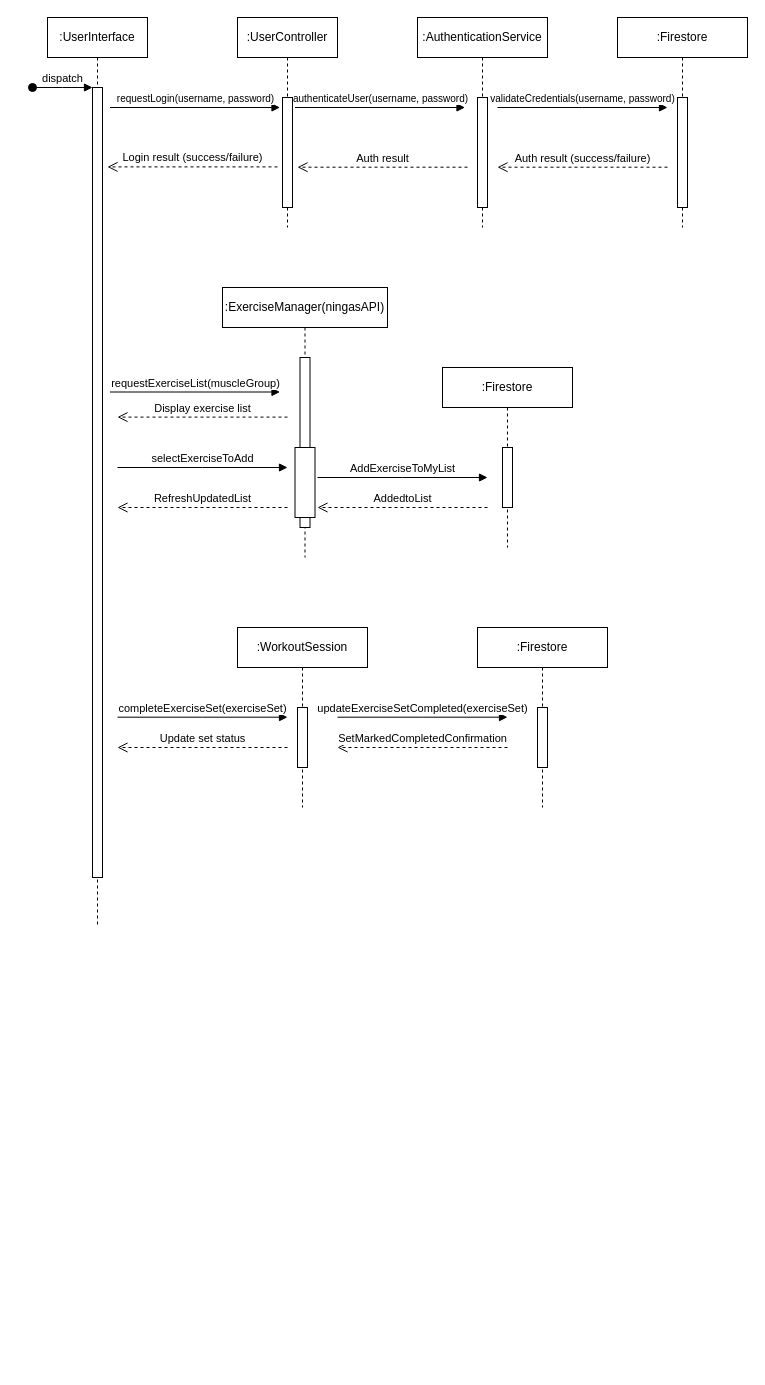
This is public/sequence diagram.drawio from Ebrahim-Ramadan/myfitrainer-app, a draw.io file, before an edit. Source tidied: cells renumbered, new cells numbered last; positions are measured from the earlier drawing's top-left corner, leaving out a move shared by most shapes. Both pictures are drawn from the tidied source at 100%, with x=0, y=0 at pixel (32, 17).
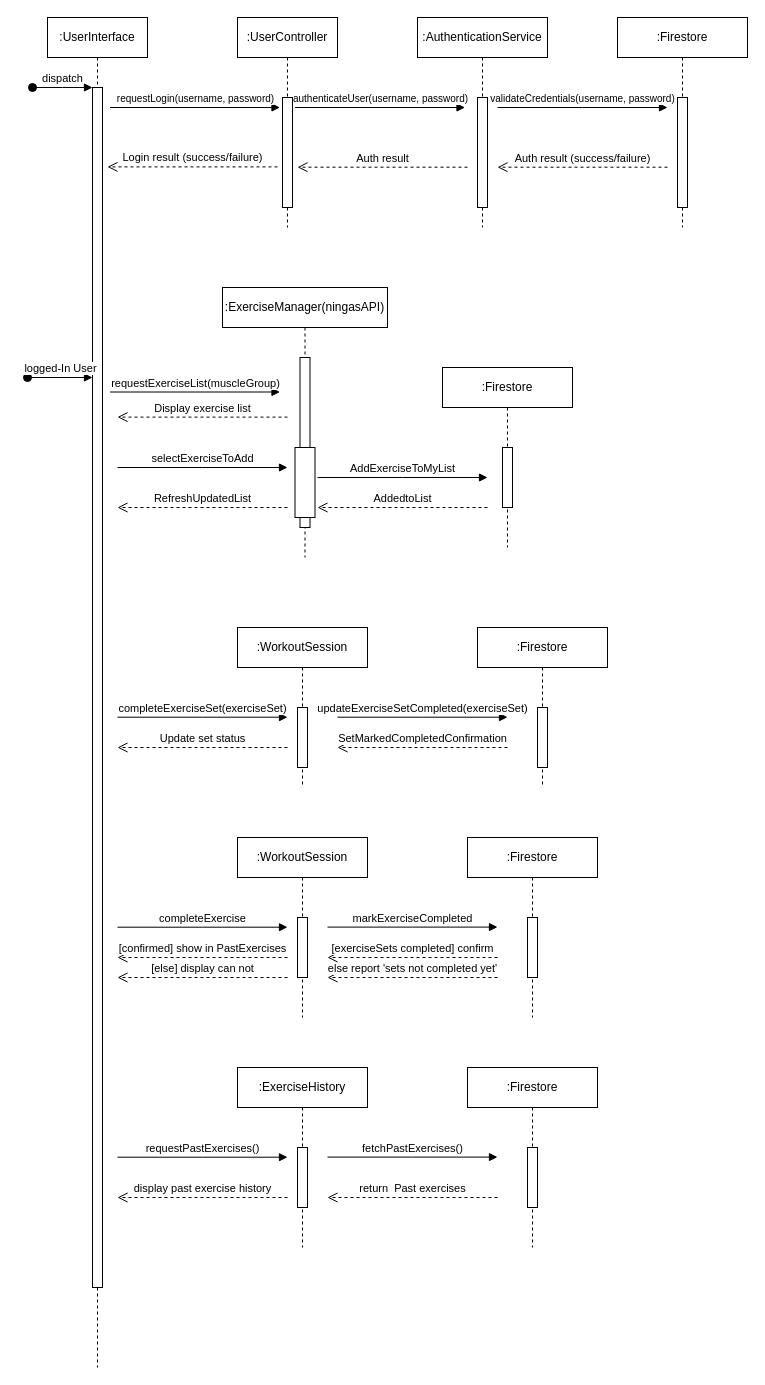
Above is the later version.

Diff of the diagram source:
```diff
@@
     <mxCell id="2" value=":UserInterface" style="shape=umlLifeline;perimeter=lifelinePerimeter;whiteSpace=wrap;html=1;newEdgeStyle={&quot;edgeStyle&quot;:&quot;elbowEdgeStyle&quot;,&quot;elbow&quot;:&quot;vertical&quot;,&quot;curved&quot;:0,&quot;rounded&quot;:0};" parent="1" vertex="1">
-      <mxGeometry x="15" width="100" height="910" as="geometry" />
+      <mxGeometry x="15" width="100" height="1350" as="geometry" />
     </mxCell>
     <mxCell id="3" style="html=1;points=[];perimeter=orthogonalPerimeter;outlineConnect=0;targetShapes=umlLifeline;portConstraint=eastwest;newEdgeStyle={&quot;edgeStyle&quot;:&quot;elbowEdgeStyle&quot;,&quot;elbow&quot;:&quot;vertical&quot;,&quot;curved&quot;:0,&quot;rounded&quot;:0};" parent="2" vertex="1">
-      <mxGeometry x="45" y="70" width="10" height="790" as="geometry" />
+      <mxGeometry x="45" y="70" width="10" height="1200" as="geometry" />
     </mxCell>
@@
     <mxCell id="26" value=":WorkoutSession" style="shape=umlLifeline;perimeter=lifelinePerimeter;whiteSpace=wrap;html=1;newEdgeStyle={&quot;edgeStyle&quot;:&quot;elbowEdgeStyle&quot;,&quot;elbow&quot;:&quot;vertical&quot;,&quot;curved&quot;:0,&quot;rounded&quot;:0};" parent="1" vertex="1">
-      <mxGeometry x="205" y="610" width="130" height="180" as="geometry" />
+      <mxGeometry x="205" y="610" width="130" height="160" as="geometry" />
     </mxCell>
@@
     <mxCell id="30" value=":Firestore" style="shape=umlLifeline;perimeter=lifelinePerimeter;whiteSpace=wrap;html=1;newEdgeStyle={&quot;edgeStyle&quot;:&quot;elbowEdgeStyle&quot;,&quot;elbow&quot;:&quot;vertical&quot;,&quot;curved&quot;:0,&quot;rounded&quot;:0};" parent="1" vertex="1">
-      <mxGeometry x="445" y="610" width="130" height="180" as="geometry" />
+      <mxGeometry x="445" y="610" width="130" height="160" as="geometry" />
     </mxCell>
@@
+    <mxCell id="36" value=":WorkoutSession" style="shape=umlLifeline;perimeter=lifelinePerimeter;whiteSpace=wrap;html=1;newEdgeStyle={&quot;edgeStyle&quot;:&quot;elbowEdgeStyle&quot;,&quot;elbow&quot;:&quot;vertical&quot;,&quot;curved&quot;:0,&quot;rounded&quot;:0};" parent="1" vertex="1">
+      <mxGeometry x="205" y="820" width="130" height="180" as="geometry" />
+    </mxCell>
+    <mxCell id="37" style="html=1;perimeter=orthogonalPerimeter;targetShapes=umlLifeline;newEdgeStyle={&quot;edgeStyle&quot;:&quot;elbowEdgeStyle&quot;,&quot;elbow&quot;:&quot;vertical&quot;,&quot;curved&quot;:0,&quot;rounded&quot;:0};" parent="36" vertex="1">
+      <mxGeometry x="60" y="80" width="10" height="60" as="geometry" />
+    </mxCell>
+    <mxCell id="38" value="&lt;div&gt;completeExercise&lt;/div&gt;" style="html=1;verticalAlign=bottom;endArrow=block;edgeStyle=elbowEdgeStyle;elbow=vertical;curved=0;rounded=0;" parent="1" edge="1">
+      <mxGeometry relative="1" as="geometry">
+        <mxPoint x="85" y="909.7" as="sourcePoint" />
+        <mxPoint x="255" y="909.7" as="targetPoint" />
+        <Array as="points">
+          <mxPoint x="170" y="909.7" />
+        </Array>
+      </mxGeometry>
+    </mxCell>
+    <mxCell id="39" value="markExerciseCompleted" style="html=1;verticalAlign=bottom;endArrow=block;edgeStyle=elbowEdgeStyle;elbow=vertical;curved=0;rounded=0;" parent="1" edge="1">
+      <mxGeometry relative="1" as="geometry">
+        <mxPoint x="295" y="909.6" as="sourcePoint" />
+        <mxPoint x="465" y="909.6" as="targetPoint" />
+        <Array as="points">
+          <mxPoint x="380" y="909.6" />
+        </Array>
+      </mxGeometry>
+    </mxCell>
+    <mxCell id="40" value=":Firestore" style="shape=umlLifeline;perimeter=lifelinePerimeter;whiteSpace=wrap;html=1;newEdgeStyle={&quot;edgeStyle&quot;:&quot;elbowEdgeStyle&quot;,&quot;elbow&quot;:&quot;vertical&quot;,&quot;curved&quot;:0,&quot;rounded&quot;:0};" parent="1" vertex="1">
+      <mxGeometry x="435" y="820" width="130" height="180" as="geometry" />
+    </mxCell>
+    <mxCell id="41" style="html=1;perimeter=orthogonalPerimeter;targetShapes=umlLifeline;newEdgeStyle={&quot;edgeStyle&quot;:&quot;elbowEdgeStyle&quot;,&quot;elbow&quot;:&quot;vertical&quot;,&quot;curved&quot;:0,&quot;rounded&quot;:0};" parent="40" vertex="1">
+      <mxGeometry x="60" y="80" width="10" height="60" as="geometry" />
+    </mxCell>
+    <mxCell id="42" value="&lt;div&gt;else report 'sets not completed yet'&lt;/div&gt;" style="html=1;verticalAlign=bottom;endArrow=open;dashed=1;endSize=8;edgeStyle=elbowEdgeStyle;elbow=vertical;curved=0;rounded=0;" parent="1" edge="1">
+      <mxGeometry relative="1" as="geometry">
+        <mxPoint x="465" y="960" as="sourcePoint" />
+        <mxPoint x="295" y="960" as="targetPoint" />
+        <Array as="points">
+          <mxPoint x="390" y="960" />
+        </Array>
+      </mxGeometry>
+    </mxCell>
+    <mxCell id="43" value="&lt;div&gt;[confirmed] show in PastExercises&lt;/div&gt;" style="html=1;verticalAlign=bottom;endArrow=open;dashed=1;endSize=8;edgeStyle=elbowEdgeStyle;elbow=vertical;curved=0;rounded=0;" parent="1" edge="1">
+      <mxGeometry relative="1" as="geometry">
+        <mxPoint x="255" y="940" as="sourcePoint" />
+        <mxPoint x="85" y="940" as="targetPoint" />
+        <Array as="points">
+          <mxPoint x="180" y="940" />
+        </Array>
+      </mxGeometry>
+    </mxCell>
+    <mxCell id="44" value="[exerciseSets completed] confirm" style="html=1;verticalAlign=bottom;endArrow=open;dashed=1;endSize=8;edgeStyle=elbowEdgeStyle;elbow=vertical;curved=0;rounded=0;" parent="1" edge="1">
+      <mxGeometry relative="1" as="geometry">
+        <mxPoint x="465" y="940" as="sourcePoint" />
+        <mxPoint x="295" y="940" as="targetPoint" />
+        <Array as="points">
+          <mxPoint x="390" y="940" />
+        </Array>
+      </mxGeometry>
+    </mxCell>
+    <mxCell id="45" value="logged-In User" style="html=1;verticalAlign=bottom;startArrow=oval;endArrow=block;startSize=8;edgeStyle=elbowEdgeStyle;elbow=vertical;curved=0;rounded=0;" parent="1" edge="1">
+      <mxGeometry relative="1" as="geometry">
+        <mxPoint x="-5" y="360" as="sourcePoint" />
+        <mxPoint x="60" y="360" as="targetPoint" />
+      </mxGeometry>
+    </mxCell>
+    <mxCell id="46" value="&lt;div&gt;[else] display can not&lt;/div&gt;" style="html=1;verticalAlign=bottom;endArrow=open;dashed=1;endSize=8;edgeStyle=elbowEdgeStyle;elbow=vertical;curved=0;rounded=0;" parent="1" edge="1">
+      <mxGeometry relative="1" as="geometry">
+        <mxPoint x="255" y="960" as="sourcePoint" />
+        <mxPoint x="85" y="960" as="targetPoint" />
+        <Array as="points">
+          <mxPoint x="180" y="960" />
+        </Array>
+      </mxGeometry>
+    </mxCell>
+    <mxCell id="47" value=":ExerciseHistory" style="shape=umlLifeline;perimeter=lifelinePerimeter;whiteSpace=wrap;html=1;newEdgeStyle={&quot;edgeStyle&quot;:&quot;elbowEdgeStyle&quot;,&quot;elbow&quot;:&quot;vertical&quot;,&quot;curved&quot;:0,&quot;rounded&quot;:0};" parent="1" vertex="1">
+      <mxGeometry x="205" y="1050" width="130" height="180" as="geometry" />
+    </mxCell>
+    <mxCell id="48" style="html=1;perimeter=orthogonalPerimeter;targetShapes=umlLifeline;newEdgeStyle={&quot;edgeStyle&quot;:&quot;elbowEdgeStyle&quot;,&quot;elbow&quot;:&quot;vertical&quot;,&quot;curved&quot;:0,&quot;rounded&quot;:0};" parent="47" vertex="1">
+      <mxGeometry x="60" y="80" width="10" height="60" as="geometry" />
+    </mxCell>
+    <mxCell id="49" value="&lt;div&gt;requestPastExercises()&lt;/div&gt;" style="html=1;verticalAlign=bottom;endArrow=block;edgeStyle=elbowEdgeStyle;elbow=vertical;curved=0;rounded=0;" parent="1" edge="1">
+      <mxGeometry relative="1" as="geometry">
+        <mxPoint x="85" y="1139.7" as="sourcePoint" />
+        <mxPoint x="255" y="1139.7" as="targetPoint" />
+        <Array as="points">
+          <mxPoint x="170" y="1139.7" />
+        </Array>
+      </mxGeometry>
+    </mxCell>
+    <mxCell id="50" value="&lt;div&gt;fetchPastExercises()&lt;/div&gt;" style="html=1;verticalAlign=bottom;endArrow=block;edgeStyle=elbowEdgeStyle;elbow=vertical;curved=0;rounded=0;" parent="1" edge="1">
+      <mxGeometry relative="1" as="geometry">
+        <mxPoint x="295" y="1139.6" as="sourcePoint" />
+        <mxPoint x="465" y="1139.6" as="targetPoint" />
+        <Array as="points">
+          <mxPoint x="380" y="1139.6" />
+        </Array>
+      </mxGeometry>
+    </mxCell>
+    <mxCell id="51" value=":Firestore" style="shape=umlLifeline;perimeter=lifelinePerimeter;whiteSpace=wrap;html=1;newEdgeStyle={&quot;edgeStyle&quot;:&quot;elbowEdgeStyle&quot;,&quot;elbow&quot;:&quot;vertical&quot;,&quot;curved&quot;:0,&quot;rounded&quot;:0};" parent="1" vertex="1">
+      <mxGeometry x="435" y="1050" width="130" height="180" as="geometry" />
+    </mxCell>
+    <mxCell id="52" style="html=1;perimeter=orthogonalPerimeter;targetShapes=umlLifeline;newEdgeStyle={&quot;edgeStyle&quot;:&quot;elbowEdgeStyle&quot;,&quot;elbow&quot;:&quot;vertical&quot;,&quot;curved&quot;:0,&quot;rounded&quot;:0};" parent="51" vertex="1">
+      <mxGeometry x="60" y="80" width="10" height="60" as="geometry" />
+    </mxCell>
+    <mxCell id="53" value="&lt;div&gt;return&amp;nbsp; Past exercises&lt;/div&gt;" style="html=1;verticalAlign=bottom;endArrow=open;dashed=1;endSize=8;edgeStyle=elbowEdgeStyle;elbow=vertical;curved=0;rounded=0;" parent="1" edge="1">
+      <mxGeometry relative="1" as="geometry">
+        <mxPoint x="465" y="1180" as="sourcePoint" />
+        <mxPoint x="295" y="1180" as="targetPoint" />
+        <Array as="points">
+          <mxPoint x="390" y="1180" />
+        </Array>
+      </mxGeometry>
+    </mxCell>
+    <mxCell id="54" value="&lt;div&gt;display past exercise history&lt;/div&gt;" style="html=1;verticalAlign=bottom;endArrow=open;dashed=1;endSize=8;edgeStyle=elbowEdgeStyle;elbow=vertical;curved=0;rounded=0;" parent="1" edge="1">
+      <mxGeometry relative="1" as="geometry">
+        <mxPoint x="255" y="1180" as="sourcePoint" />
+        <mxPoint x="85" y="1180" as="targetPoint" />
+        <Array as="points">
+          <mxPoint x="180" y="1180" />
+        </Array>
+      </mxGeometry>
+    </mxCell>
```
